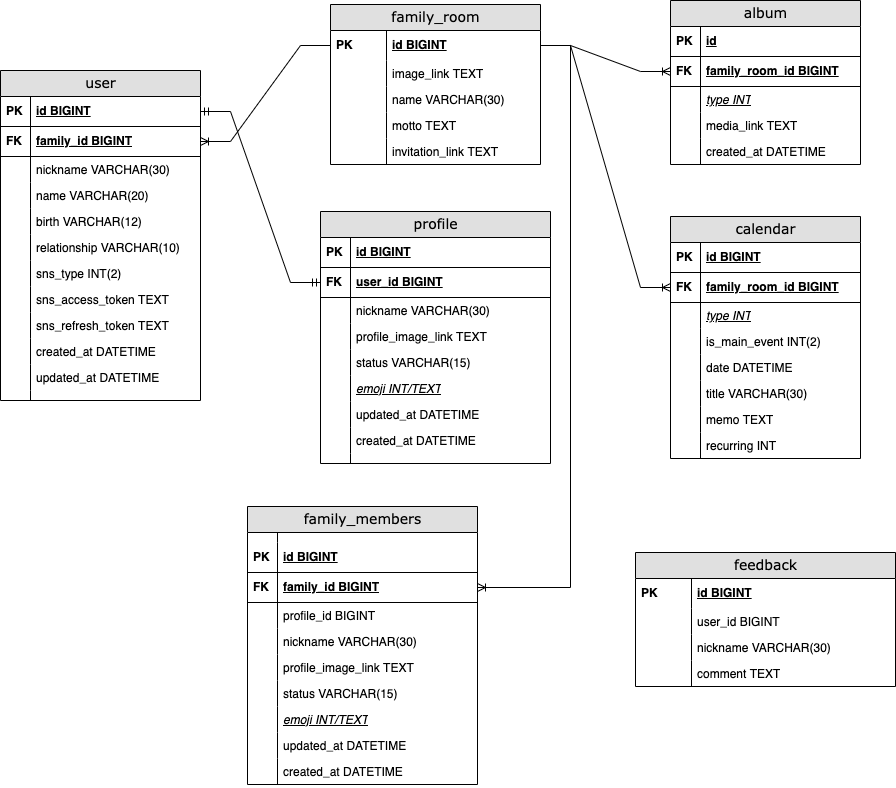
Above: sofa_erd_v2.png in AnneMayor/TestRepository (draw.io), before the change. Source tidied: cells renumbered, new cells last; positions are measured from the earlier drawing's top-left corner, leaving out a move shared by most shapes.
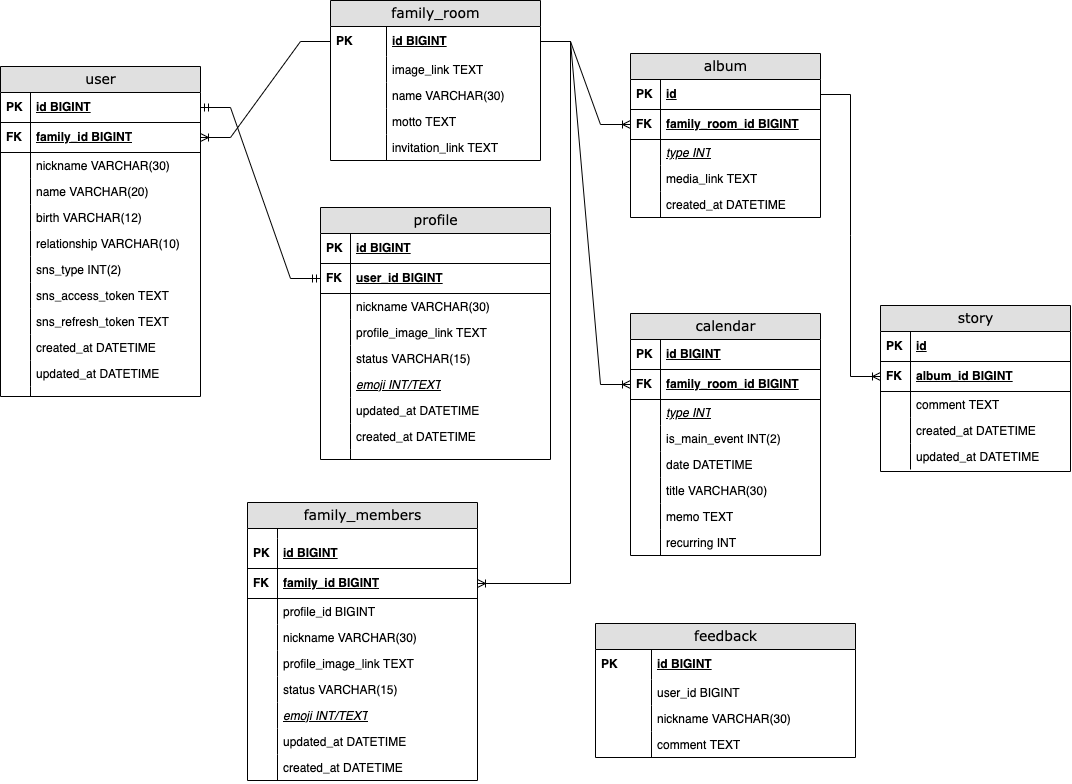
After the commit.

What changed in the source:
```diff
@@ -36,7 +36,7 @@
       <mxGeometry width="56" height="26" as="geometry" />
     </mxCell>
     <mxCell id="13" value="album" style="swimlane;html=1;fontStyle=0;horizontal=1;startSize=26;fillColor=#e0e0e0;swimlaneFillColor=#ffffff;align=center;rounded=0;shadow=0;comic=0;labelBackgroundColor=none;strokeWidth=1;fontFamily=Verdana;fontSize=14;swimlaneLine=1;" parent="1" vertex="1">
-      <mxGeometry x="670" width="190" height="164" as="geometry" />
+      <mxGeometry x="630" y="57" width="190" height="164" as="geometry" />
     </mxCell>
     <mxCell id="14" value="id" style="shape=partialRectangle;top=0;left=0;right=0;bottom=1;html=1;align=left;verticalAlign=middle;fillColor=none;spacingLeft=34;spacingRight=4;whiteSpace=wrap;overflow=hidden;points=[[0,0.5],[1,0.5]];portConstraint=eastwest;fontStyle=5;" parent="13" vertex="1">
       <mxGeometry y="26" width="190" height="30" as="geometry" />
@@ -69,7 +69,7 @@
       <mxGeometry width="30" height="26" as="geometry" />
     </mxCell>
     <mxCell id="24" value="calendar" style="swimlane;html=1;fontStyle=0;horizontal=1;startSize=26;fillColor=#e0e0e0;swimlaneFillColor=#ffffff;align=center;rounded=0;shadow=0;comic=0;labelBackgroundColor=none;strokeWidth=1;fontFamily=Verdana;fontSize=14;" parent="1" vertex="1">
-      <mxGeometry x="670" y="216" width="190" height="242" as="geometry" />
+      <mxGeometry x="630" y="317" width="190" height="242" as="geometry" />
     </mxCell>
     <mxCell id="25" value="id BIGINT" style="shape=partialRectangle;top=0;left=0;right=0;bottom=1;html=1;align=left;verticalAlign=middle;fillColor=none;spacingLeft=34;spacingRight=4;whiteSpace=wrap;overflow=hidden;fontStyle=5;" parent="24" vertex="1">
       <mxGeometry y="26" width="190" height="30" as="geometry" />
@@ -177,7 +177,7 @@
       <mxGeometry width="30" height="10" as="geometry" />
     </mxCell>
     <mxCell id="60" value="feedback" style="swimlane;html=1;fontStyle=0;horizontal=1;startSize=26;fillColor=#e0e0e0;swimlaneFillColor=#ffffff;align=center;rounded=0;shadow=0;comic=0;labelBackgroundColor=none;strokeWidth=1;fontFamily=Verdana;fontSize=14;" parent="1" vertex="1">
-      <mxGeometry x="635" y="552" width="260" height="134" as="geometry" />
+      <mxGeometry x="595" y="627" width="260" height="134" as="geometry" />
     </mxCell>
     <mxCell id="61" value="id BIGINT" style="shape=partialRectangle;top=0;left=0;right=0;bottom=0;html=1;align=left;verticalAlign=middle;fillColor=none;spacingLeft=60;spacingRight=4;whiteSpace=wrap;overflow=hidden;fontStyle=5;" parent="60" vertex="1">
       <mxGeometry y="26" width="260" height="30" as="geometry" />
@@ -356,5 +356,41 @@
     <mxCell id="119" style="edgeStyle=entityRelationEdgeStyle;fontSize=12;html=1;endArrow=ERoneToMany;rounded=0;entryX=0;entryY=0.5;entryDx=0;entryDy=0;exitX=1;exitY=0.5;exitDx=0;exitDy=0;" parent="1" edge="1" source="3" target="27">
       <mxGeometry relative="1" as="geometry" />
     </mxCell>
+    <mxCell id="120" value="story" style="swimlane;html=1;fontStyle=0;horizontal=1;startSize=26;fillColor=#e0e0e0;swimlaneFillColor=#ffffff;align=center;rounded=0;shadow=0;comic=0;labelBackgroundColor=none;strokeWidth=1;fontFamily=Verdana;fontSize=14;swimlaneLine=1;" parent="1" vertex="1">
+      <mxGeometry x="880" y="309" width="190" height="166" as="geometry" />
+    </mxCell>
+    <mxCell id="121" value="id" style="shape=partialRectangle;top=0;left=0;right=0;bottom=1;html=1;align=left;verticalAlign=middle;fillColor=none;spacingLeft=34;spacingRight=4;whiteSpace=wrap;overflow=hidden;fontStyle=5;" parent="120" vertex="1">
+      <mxGeometry y="26" width="190" height="30" as="geometry" />
+    </mxCell>
+    <mxCell id="122" value="&lt;b&gt;PK&lt;/b&gt;" style="shape=partialRectangle;top=0;left=0;bottom=0;html=1;fillColor=none;align=left;verticalAlign=middle;spacingLeft=4;spacingRight=4;whiteSpace=wrap;overflow=hidden;" parent="121" vertex="1">
+      <mxGeometry width="30" height="30" as="geometry" />
+    </mxCell>
+    <mxCell id="123" value="album_id BIGINT" style="shape=partialRectangle;top=0;left=0;right=0;bottom=1;html=1;align=left;verticalAlign=middle;fillColor=none;spacingLeft=34;spacingRight=4;whiteSpace=wrap;overflow=hidden;points=[[0,0.5],[1,0.5]];portConstraint=eastwest;fontStyle=5;" parent="120" vertex="1">
+      <mxGeometry y="56" width="190" height="30" as="geometry" />
+    </mxCell>
+    <mxCell id="124" value="&lt;b&gt;FK&lt;/b&gt;" style="shape=partialRectangle;top=0;left=0;bottom=0;html=1;fillColor=none;align=left;verticalAlign=middle;spacingLeft=4;spacingRight=4;whiteSpace=wrap;overflow=hidden;" parent="123" vertex="1">
+      <mxGeometry width="30" height="30" as="geometry" />
+    </mxCell>
+    <mxCell id="125" value="comment TEXT" style="shape=partialRectangle;top=0;left=0;right=0;bottom=0;html=1;align=left;verticalAlign=top;fillColor=none;spacingLeft=34;spacingRight=4;whiteSpace=wrap;overflow=hidden;" parent="120" vertex="1">
+      <mxGeometry y="86" width="190" height="26" as="geometry" />
+    </mxCell>
+    <mxCell id="126" style="shape=partialRectangle;top=0;left=0;bottom=0;html=1;fillColor=none;align=left;verticalAlign=top;spacingLeft=4;spacingRight=4;whiteSpace=wrap;overflow=hidden;" parent="125" vertex="1">
+      <mxGeometry width="30" height="26" as="geometry" />
+    </mxCell>
+    <mxCell id="127" value="created_at DATETIME" style="shape=partialRectangle;top=0;left=0;right=0;bottom=0;html=1;align=left;verticalAlign=top;fillColor=none;spacingLeft=34;spacingRight=4;whiteSpace=wrap;overflow=hidden;" parent="120" vertex="1">
+      <mxGeometry y="112" width="190" height="26" as="geometry" />
+    </mxCell>
+    <mxCell id="128" style="shape=partialRectangle;top=0;left=0;bottom=0;html=1;fillColor=none;align=left;verticalAlign=top;spacingLeft=4;spacingRight=4;whiteSpace=wrap;overflow=hidden;" parent="127" vertex="1">
+      <mxGeometry width="30" height="26" as="geometry" />
+    </mxCell>
+    <mxCell id="129" value="updated_at DATETIME" style="shape=partialRectangle;top=0;left=0;right=0;bottom=0;html=1;align=left;verticalAlign=top;fillColor=none;spacingLeft=34;spacingRight=4;whiteSpace=wrap;overflow=hidden;" parent="120" vertex="1">
+      <mxGeometry y="138" width="190" height="26" as="geometry" />
+    </mxCell>
+    <mxCell id="130" style="shape=partialRectangle;top=0;left=0;bottom=0;html=1;fillColor=none;align=left;verticalAlign=top;spacingLeft=4;spacingRight=4;whiteSpace=wrap;overflow=hidden;" parent="129" vertex="1">
+      <mxGeometry width="30" height="26" as="geometry" />
+    </mxCell>
+    <mxCell id="131" style="edgeStyle=entityRelationEdgeStyle;fontSize=12;html=1;endArrow=ERoneToMany;rounded=0;entryX=0;entryY=0.5;entryDx=0;entryDy=0;exitX=1;exitY=0.5;exitDx=0;exitDy=0;" parent="1" edge="1" source="14" target="123">
+      <mxGeometry relative="1" as="geometry" />
+    </mxCell>
   </root>
 </mxGraphModel>
```
